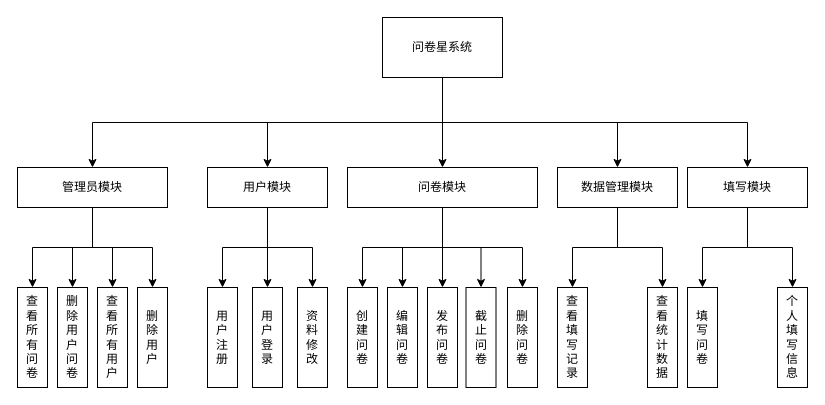
Before: 功能模块.drawio in specialweekss/graph, a draw.io diagram. Source tidied: cells renumbered, new cells numbered last; positions are measured from the earlier drawing's top-left corner, leaving out a move shared by most shapes. Both pictures are drawn from the tidied source at 100%, with x=0, y=0 at pixel (17, 17).
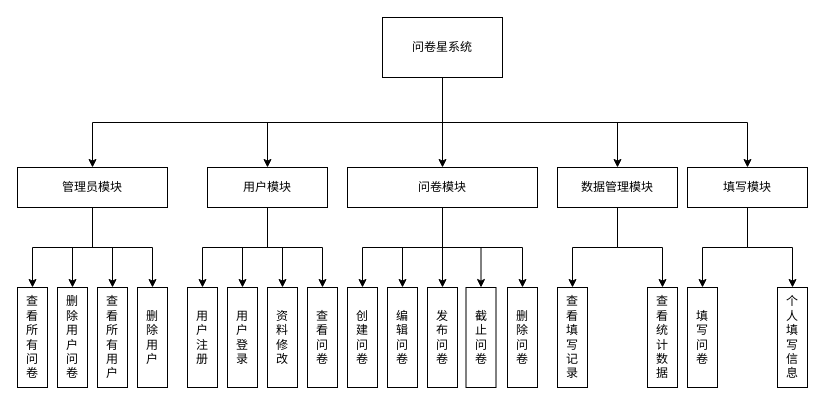
The same page after the edit.

Commit message:
更新功能模块.drawio

The change refers to these unchanged cells:
```xml
<mxCell id="11" value="用户模块" style="rounded=0;whiteSpace=wrap;html=1;" parent="1" vertex="1">
  <mxGeometry x="190" y="150" width="120" height="40" as="geometry" />
</mxCell>
```

What changed in the source:
```diff
@@
+    <mxCell id="45" style="edgeStyle=orthogonalEdgeStyle;rounded=0;jettySize=auto;html=1;exitX=0.5;exitY=1;exitDx=0;exitDy=0;entryX=0.5;entryY=0;entryDx=0;entryDy=0;" parent="1" edge="1" source="11" target="46">
+      <mxGeometry relative="1" as="geometry" />
+    </mxCell>
@@
     <mxCell id="24" value="用&lt;div&gt;户&lt;/div&gt;&lt;div&gt;注&lt;/div&gt;&lt;div&gt;册&lt;/div&gt;" style="rounded=0;whiteSpace=wrap;html=1;" parent="1" vertex="1">
-      <mxGeometry x="190" y="270" width="30" height="100" as="geometry" />
+      <mxGeometry x="170" y="270" width="30" height="100" as="geometry" />
     </mxCell>
     <mxCell id="25" value="用&lt;div&gt;户&lt;/div&gt;&lt;div&gt;登&lt;/div&gt;&lt;div&gt;录&lt;/div&gt;" style="rounded=0;whiteSpace=wrap;html=1;" parent="1" vertex="1">
-      <mxGeometry x="235" y="270" width="30" height="100" as="geometry" />
+      <mxGeometry x="210" y="270" width="30" height="100" as="geometry" />
     </mxCell>
     <mxCell id="26" value="&lt;div&gt;资&lt;/div&gt;&lt;div&gt;料&lt;/div&gt;&lt;div&gt;修&lt;/div&gt;&lt;div&gt;改&lt;/div&gt;" style="rounded=0;whiteSpace=wrap;html=1;" parent="1" vertex="1">
-      <mxGeometry x="280" y="270" width="30" height="100" as="geometry" />
+      <mxGeometry x="250" y="270" width="30" height="100" as="geometry" />
     </mxCell>
@@
+    <mxCell id="46" value="查&lt;div&gt;看&lt;/div&gt;&lt;div&gt;问&lt;/div&gt;&lt;div&gt;卷&lt;/div&gt;" style="rounded=0;whiteSpace=wrap;html=1;" parent="1" vertex="1">
+      <mxGeometry x="290" y="270" width="30" height="100" as="geometry" />
+    </mxCell>
```
